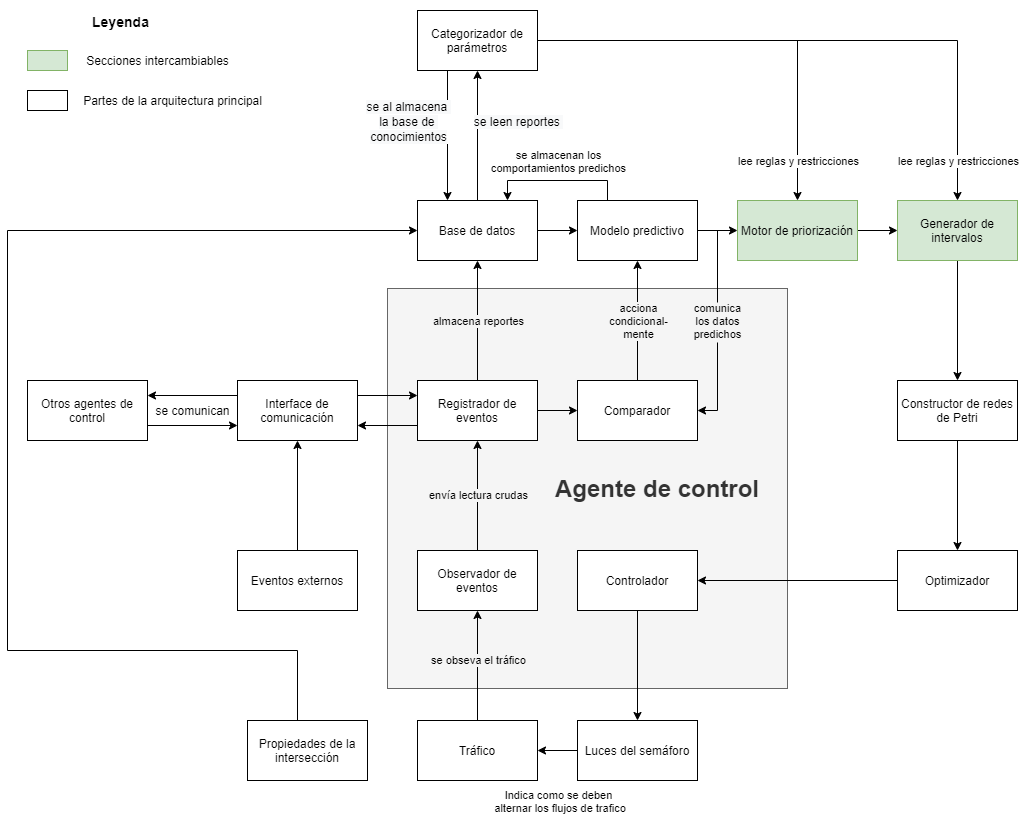
gggiovanny/TesisSemaforosInteligentes keeps this draw.io diagram as Apuntes/arquitectura/Propuesta de arquitectura.png. Above is the earlier version. Source tidied: cells renumbered, new cells last; positions are measured from the earlier drawing's top-left corner, leaving out a move shared by most shapes. Source of this version:
```xml
<mxGraphModel>
  <root>
    <mxCell id="0" />
    <mxCell id="1" parent="0" />
    <mxCell id="2" value="&lt;h1&gt;Agente de control&lt;/h1&gt;" style="whiteSpace=wrap;html=1;fillColor=#f5f5f5;strokeColor=#666666;fontColor=#333333;spacingBottom=0;spacingLeft=140;" parent="1" vertex="1">
      <mxGeometry x="380" y="278" width="400" height="400" as="geometry" />
    </mxCell>
    <mxCell id="3" style="edgeStyle=orthogonalEdgeStyle;rounded=0;jettySize=auto;html=1;exitX=0.5;exitY=0;exitDx=0;exitDy=0;entryX=0.5;entryY=1;entryDx=0;entryDy=0;labelBackgroundColor=#F5F5F5;" parent="1" edge="1" source="5" target="38">
      <mxGeometry relative="1" as="geometry" />
    </mxCell>
    <mxCell id="4" value="se obseva el tráfico" style="edgeLabel;html=1;align=center;verticalAlign=middle;labelBackgroundColor=#F5F5F5;" parent="3" vertex="1">
      <mxGeometry x="0.24" y="-4" relative="1" as="geometry">
        <mxPoint x="-4" y="7" as="offset" />
      </mxGeometry>
    </mxCell>
    <mxCell id="5" value="Tráfico" style="rounded=0;whiteSpace=wrap;html=1;" parent="1" vertex="1">
      <mxGeometry x="410" y="710" width="120" height="60" as="geometry" />
    </mxCell>
    <mxCell id="6" style="edgeStyle=orthogonalEdgeStyle;rounded=0;jettySize=auto;html=1;exitX=0;exitY=0.5;exitDx=0;exitDy=0;entryX=1;entryY=0.5;entryDx=0;entryDy=0;" parent="1" edge="1" source="8" target="5">
      <mxGeometry relative="1" as="geometry" />
    </mxCell>
    <mxCell id="7" value="Indica como se deben&lt;br&gt;&amp;nbsp;alternar los flujos de trafico" style="edgeLabel;html=1;align=center;verticalAlign=middle;" parent="6" vertex="1">
      <mxGeometry x="0.19" y="2" relative="1" as="geometry">
        <mxPoint x="4" y="48" as="offset" />
      </mxGeometry>
    </mxCell>
    <mxCell id="8" value="Luces del semáforo" style="whiteSpace=wrap;html=1;" parent="1" vertex="1">
      <mxGeometry x="570" y="710" width="120" height="60" as="geometry" />
    </mxCell>
    <mxCell id="9" style="edgeStyle=orthogonalEdgeStyle;rounded=0;jettySize=auto;html=1;exitX=1;exitY=0.5;exitDx=0;exitDy=0;entryX=0;entryY=0.5;entryDx=0;entryDy=0;" parent="1" edge="1" source="13" target="43">
      <mxGeometry relative="1" as="geometry" />
    </mxCell>
    <mxCell id="10" style="edgeStyle=orthogonalEdgeStyle;rounded=0;jettySize=auto;html=1;exitX=0.5;exitY=0;exitDx=0;exitDy=0;labelBackgroundColor=#F5F5F5;" parent="1" edge="1" source="13" target="47">
      <mxGeometry relative="1" as="geometry" />
    </mxCell>
    <mxCell id="11" value="almacena reportes" style="edgeLabel;html=1;align=center;verticalAlign=middle;labelBackgroundColor=#F5F5F5;" parent="10" vertex="1">
      <mxGeometry x="-0.33" y="-1" relative="1" as="geometry">
        <mxPoint x="-1" y="-20" as="offset" />
      </mxGeometry>
    </mxCell>
    <mxCell id="12" style="edgeStyle=orthogonalEdgeStyle;rounded=0;jettySize=auto;html=1;exitX=0;exitY=0.75;exitDx=0;exitDy=0;entryX=1;entryY=0.75;entryDx=0;entryDy=0;" parent="1" edge="1" source="13" target="16">
      <mxGeometry relative="1" as="geometry" />
    </mxCell>
    <mxCell id="13" value="Registrador de eventos" style="whiteSpace=wrap;html=1;" parent="1" vertex="1">
      <mxGeometry x="410" y="370" width="120" height="60" as="geometry" />
    </mxCell>
    <mxCell id="14" style="edgeStyle=orthogonalEdgeStyle;rounded=0;jettySize=auto;html=1;exitX=0;exitY=0.25;exitDx=0;exitDy=0;entryX=1;entryY=0.25;entryDx=0;entryDy=0;" parent="1" edge="1" source="16" target="28">
      <mxGeometry relative="1" as="geometry" />
    </mxCell>
    <mxCell id="15" style="edgeStyle=orthogonalEdgeStyle;rounded=0;jettySize=auto;html=1;exitX=1;exitY=0.25;exitDx=0;exitDy=0;entryX=0;entryY=0.25;entryDx=0;entryDy=0;" parent="1" edge="1" source="16" target="13">
      <mxGeometry relative="1" as="geometry" />
    </mxCell>
    <mxCell id="16" value="Interface de comunicación" style="whiteSpace=wrap;html=1;" parent="1" vertex="1">
      <mxGeometry x="230" y="370" width="120" height="60" as="geometry" />
    </mxCell>
    <mxCell id="17" style="edgeStyle=orthogonalEdgeStyle;rounded=0;jettySize=auto;html=1;exitX=0.25;exitY=0;exitDx=0;exitDy=0;entryX=0.75;entryY=0;entryDx=0;entryDy=0;" parent="1" edge="1" source="51" target="47">
      <mxGeometry relative="1" as="geometry" />
    </mxCell>
    <mxCell id="18" value="se almacenan los&lt;br&gt;comportamientos predichos" style="edgeLabel;html=1;align=center;verticalAlign=middle;" parent="17" vertex="1">
      <mxGeometry x="0.26" y="2" relative="1" as="geometry">
        <mxPoint x="18" y="-22" as="offset" />
      </mxGeometry>
    </mxCell>
    <mxCell id="19" style="edgeStyle=orthogonalEdgeStyle;rounded=0;jettySize=auto;html=1;exitX=1;exitY=0.5;exitDx=0;exitDy=0;entryX=0;entryY=0.5;entryDx=0;entryDy=0;" parent="1" edge="1" source="20" target="61">
      <mxGeometry relative="1" as="geometry" />
    </mxCell>
    <mxCell id="20" value="Motor de priorización" style="whiteSpace=wrap;html=1;fillColor=#d5e8d4;strokeColor=#82b366;" parent="1" vertex="1">
      <mxGeometry x="730" y="190" width="120" height="60" as="geometry" />
    </mxCell>
    <mxCell id="21" style="edgeStyle=orthogonalEdgeStyle;rounded=0;jettySize=auto;html=1;exitX=0.5;exitY=1;exitDx=0;exitDy=0;entryX=0.5;entryY=0;entryDx=0;entryDy=0;" parent="1" edge="1" source="22" target="24">
      <mxGeometry relative="1" as="geometry" />
    </mxCell>
    <mxCell id="22" value="Constructor de redes de Petri" style="whiteSpace=wrap;html=1;" parent="1" vertex="1">
      <mxGeometry x="890" y="370" width="120" height="60" as="geometry" />
    </mxCell>
    <mxCell id="23" style="edgeStyle=orthogonalEdgeStyle;rounded=0;jettySize=auto;html=1;exitX=0;exitY=0.5;exitDx=0;exitDy=0;entryX=1;entryY=0.5;entryDx=0;entryDy=0;" parent="1" edge="1" source="24" target="26">
      <mxGeometry relative="1" as="geometry" />
    </mxCell>
    <mxCell id="24" value="Optimizador" style="whiteSpace=wrap;html=1;" parent="1" vertex="1">
      <mxGeometry x="890" y="540" width="120" height="60" as="geometry" />
    </mxCell>
    <mxCell id="25" style="edgeStyle=orthogonalEdgeStyle;rounded=0;jettySize=auto;html=1;exitX=0.5;exitY=1;exitDx=0;exitDy=0;entryX=0.5;entryY=0;entryDx=0;entryDy=0;" parent="1" edge="1" source="26" target="8">
      <mxGeometry relative="1" as="geometry" />
    </mxCell>
    <mxCell id="26" value="Controlador&lt;br&gt;" style="whiteSpace=wrap;html=1;" parent="1" vertex="1">
      <mxGeometry x="570" y="540" width="120" height="60" as="geometry" />
    </mxCell>
    <mxCell id="27" style="edgeStyle=orthogonalEdgeStyle;rounded=0;jettySize=auto;html=1;exitX=1;exitY=0.75;exitDx=0;exitDy=0;entryX=0;entryY=0.75;entryDx=0;entryDy=0;" parent="1" edge="1" source="28" target="16">
      <mxGeometry relative="1" as="geometry" />
    </mxCell>
    <mxCell id="28" value="Otros agentes de control" style="whiteSpace=wrap;html=1;" parent="1" vertex="1">
      <mxGeometry x="20" y="370" width="120" height="60" as="geometry" />
    </mxCell>
    <mxCell id="29" style="edgeStyle=orthogonalEdgeStyle;rounded=0;jettySize=auto;html=1;" parent="1" edge="1" source="30" target="16">
      <mxGeometry relative="1" as="geometry" />
    </mxCell>
    <mxCell id="30" value="Eventos externos" style="whiteSpace=wrap;html=1;" parent="1" vertex="1">
      <mxGeometry x="230" y="540" width="120" height="60" as="geometry" />
    </mxCell>
    <mxCell id="31" style="whiteSpace=wrap;html=1;fillColor=#d5e8d4;strokeColor=#82b366;" parent="1" vertex="1">
      <mxGeometry x="20" y="40" width="40" height="20" as="geometry" />
    </mxCell>
    <mxCell id="32" value="&lt;span&gt;Secciones intercambiables&lt;/span&gt;" style="text;html=1;align=center;verticalAlign=middle;" parent="1" vertex="1">
      <mxGeometry x="70" y="40" width="160" height="20" as="geometry" />
    </mxCell>
    <mxCell id="33" value="&lt;h3&gt;Leyenda&lt;/h3&gt;" style="text;html=1;strokeColor=none;fillColor=none;spacing=5;spacingTop=-20;whiteSpace=wrap;overflow=hidden;rounded=0;" parent="1" vertex="1">
      <mxGeometry x="80" width="70" height="30" as="geometry" />
    </mxCell>
    <mxCell id="34" style="whiteSpace=wrap;html=1;" parent="1" vertex="1">
      <mxGeometry x="20" y="80" width="40" height="20" as="geometry" />
    </mxCell>
    <mxCell id="35" value="&lt;span&gt;Partes de la arquitectura principal&lt;/span&gt;" style="text;html=1;align=center;verticalAlign=middle;" parent="1" vertex="1">
      <mxGeometry x="70" y="80" width="190" height="20" as="geometry" />
    </mxCell>
    <mxCell id="36" style="edgeStyle=orthogonalEdgeStyle;rounded=0;jettySize=auto;html=1;exitX=0.5;exitY=0;exitDx=0;exitDy=0;entryX=0.5;entryY=1;entryDx=0;entryDy=0;" parent="1" edge="1" source="38" target="13">
      <mxGeometry relative="1" as="geometry" />
    </mxCell>
    <mxCell id="37" value="envía lectura crudas" style="edgeLabel;html=1;align=center;verticalAlign=middle;labelBackgroundColor=#F5F5F5;" parent="36" vertex="1">
      <mxGeometry x="0.24" y="4" relative="1" as="geometry">
        <mxPoint x="4" y="12" as="offset" />
      </mxGeometry>
    </mxCell>
    <mxCell id="38" value="Observador de eventos" style="whiteSpace=wrap;html=1;" parent="1" vertex="1">
      <mxGeometry x="410" y="540" width="120" height="60" as="geometry" />
    </mxCell>
    <mxCell id="39" style="edgeStyle=orthogonalEdgeStyle;rounded=0;jettySize=auto;html=1;exitX=0.5;exitY=0;exitDx=0;exitDy=0;entryX=0;entryY=0.5;entryDx=0;entryDy=0;" parent="1" edge="1" source="40" target="47">
      <mxGeometry relative="1" as="geometry">
        <Array as="points">
          <mxPoint x="290" y="730" />
          <mxPoint x="290" y="640" />
          <mxPoint y="640" />
          <mxPoint y="220" />
        </Array>
      </mxGeometry>
    </mxCell>
    <mxCell id="40" value="Propiedades de la intersección" style="whiteSpace=wrap;html=1;" parent="1" vertex="1">
      <mxGeometry x="240" y="710" width="120" height="60" as="geometry" />
    </mxCell>
    <mxCell id="41" style="edgeStyle=orthogonalEdgeStyle;rounded=0;jettySize=auto;html=1;exitX=0.5;exitY=0;exitDx=0;exitDy=0;entryX=0.5;entryY=1;entryDx=0;entryDy=0;" parent="1" edge="1" source="43" target="51">
      <mxGeometry relative="1" as="geometry" />
    </mxCell>
    <mxCell id="42" value="acciona&lt;br&gt;condicional-&lt;br&gt;mente" style="edgeLabel;html=1;align=center;verticalAlign=middle;labelBackgroundColor=#F5F5F5;" parent="41" vertex="1">
      <mxGeometry x="-0.17" y="-5" relative="1" as="geometry">
        <mxPoint x="-5" y="-10" as="offset" />
      </mxGeometry>
    </mxCell>
    <mxCell id="43" value="Comparador" style="whiteSpace=wrap;html=1;" parent="1" vertex="1">
      <mxGeometry x="570" y="370" width="120" height="60" as="geometry" />
    </mxCell>
    <mxCell id="44" style="edgeStyle=orthogonalEdgeStyle;rounded=0;jettySize=auto;html=1;exitX=1;exitY=0.5;exitDx=0;exitDy=0;entryX=0;entryY=0.5;entryDx=0;entryDy=0;" parent="1" edge="1" source="47" target="51">
      <mxGeometry relative="1" as="geometry" />
    </mxCell>
    <mxCell id="45" style="edgeStyle=orthogonalEdgeStyle;rounded=0;jettySize=auto;html=1;exitX=0.5;exitY=0;exitDx=0;exitDy=0;entryX=0.5;entryY=1;entryDx=0;entryDy=0;" parent="1" edge="1" source="47" target="59">
      <mxGeometry relative="1" as="geometry" />
    </mxCell>
    <mxCell id="46" value="&lt;span style=&quot;font-size: 12px ; background-color: rgb(248 , 249 , 250)&quot;&gt;se leen reportes&amp;nbsp;&lt;/span&gt;" style="edgeLabel;html=1;align=center;verticalAlign=middle;" parent="45" vertex="1">
      <mxGeometry x="0.35" y="-2" relative="1" as="geometry">
        <mxPoint x="38" y="8" as="offset" />
      </mxGeometry>
    </mxCell>
    <mxCell id="47" value="Base de datos" style="whiteSpace=wrap;html=1;" parent="1" vertex="1">
      <mxGeometry x="410" y="190" width="120" height="60" as="geometry" />
    </mxCell>
    <mxCell id="48" style="edgeStyle=orthogonalEdgeStyle;rounded=0;jettySize=auto;html=1;exitX=1;exitY=0.5;exitDx=0;exitDy=0;entryX=1;entryY=0.5;entryDx=0;entryDy=0;" parent="1" edge="1" source="51" target="43">
      <mxGeometry relative="1" as="geometry" />
    </mxCell>
    <mxCell id="49" value="comunica&#10;los datos &#10;predichos" style="edgeLabel;align=center;verticalAlign=middle;labelBackgroundColor=#F5F5F5;" parent="48" vertex="1">
      <mxGeometry x="0.12" y="1" relative="1" as="geometry">
        <mxPoint x="-1" y="-13" as="offset" />
      </mxGeometry>
    </mxCell>
    <mxCell id="50" style="edgeStyle=orthogonalEdgeStyle;rounded=0;jettySize=auto;html=1;exitX=1;exitY=0.5;exitDx=0;exitDy=0;fontColor=#F5F5F5;entryX=0;entryY=0.5;entryDx=0;entryDy=0;" parent="1" edge="1" source="51" target="20">
      <mxGeometry relative="1" as="geometry" />
    </mxCell>
    <mxCell id="51" value="Modelo predictivo" style="whiteSpace=wrap;html=1;" parent="1" vertex="1">
      <mxGeometry x="570" y="190" width="120" height="60" as="geometry" />
    </mxCell>
    <mxCell id="52" value="se comunican" style="text;html=1;align=center;verticalAlign=middle;" parent="1" vertex="1">
      <mxGeometry x="140" y="390" width="90" height="20" as="geometry" />
    </mxCell>
    <mxCell id="53" style="edgeStyle=orthogonalEdgeStyle;rounded=0;jettySize=auto;html=1;exitX=0.25;exitY=1;exitDx=0;exitDy=0;entryX=0.25;entryY=0;entryDx=0;entryDy=0;" parent="1" edge="1" source="59" target="47">
      <mxGeometry relative="1" as="geometry" />
    </mxCell>
    <mxCell id="54" value="&lt;span style=&quot;font-size: 12px ; background-color: rgb(248 , 249 , 250)&quot;&gt;se al almacena&amp;nbsp;&lt;/span&gt;&lt;br style=&quot;font-size: 12px ; background-color: rgb(248 , 249 , 250)&quot;&gt;&lt;span style=&quot;font-size: 12px ; background-color: rgb(248 , 249 , 250)&quot;&gt;la base de&amp;nbsp;&lt;/span&gt;&lt;br style=&quot;font-size: 12px ; background-color: rgb(248 , 249 , 250)&quot;&gt;&lt;span style=&quot;font-size: 12px ; background-color: rgb(248 , 249 , 250)&quot;&gt;conocimientos&lt;/span&gt;" style="edgeLabel;html=1;align=center;verticalAlign=middle;" parent="53" vertex="1">
      <mxGeometry x="-0.18" y="1" relative="1" as="geometry">
        <mxPoint x="-41" y="-3" as="offset" />
      </mxGeometry>
    </mxCell>
    <mxCell id="55" style="edgeStyle=orthogonalEdgeStyle;rounded=0;jettySize=auto;html=1;exitX=1;exitY=0.5;exitDx=0;exitDy=0;" parent="1" edge="1" source="59" target="61">
      <mxGeometry relative="1" as="geometry" />
    </mxCell>
    <mxCell id="56" value="lee reglas y restricciones" style="edgeLabel;html=1;align=center;verticalAlign=middle;" parent="55" vertex="1">
      <mxGeometry x="0.85" y="4" relative="1" as="geometry">
        <mxPoint x="-4" y="3" as="offset" />
      </mxGeometry>
    </mxCell>
    <mxCell id="57" style="edgeStyle=orthogonalEdgeStyle;rounded=0;jettySize=auto;html=1;exitX=1;exitY=0.5;exitDx=0;exitDy=0;entryX=0.5;entryY=0;entryDx=0;entryDy=0;" parent="1" edge="1" source="59" target="20">
      <mxGeometry relative="1" as="geometry" />
    </mxCell>
    <mxCell id="58" value="lee reglas y restricciones" style="edgeLabel;html=1;align=center;verticalAlign=middle;" parent="57" vertex="1">
      <mxGeometry x="0.24" y="-68" relative="1" as="geometry">
        <mxPoint x="68" y="120" as="offset" />
      </mxGeometry>
    </mxCell>
    <mxCell id="59" value="Categorizador de parámetros" style="whiteSpace=wrap;html=1;" parent="1" vertex="1">
      <mxGeometry x="410" width="120" height="60" as="geometry" />
    </mxCell>
    <mxCell id="60" style="edgeStyle=orthogonalEdgeStyle;rounded=0;jettySize=auto;html=1;exitX=0.5;exitY=1;exitDx=0;exitDy=0;entryX=0.5;entryY=0;entryDx=0;entryDy=0;" parent="1" edge="1" source="61" target="22">
      <mxGeometry relative="1" as="geometry" />
    </mxCell>
    <mxCell id="61" value="Generador de intervalos" style="whiteSpace=wrap;html=1;fillColor=#d5e8d4;strokeColor=#82b366;" parent="1" vertex="1">
      <mxGeometry x="890" y="190" width="120" height="60" as="geometry" />
    </mxCell>
  </root>
</mxGraphModel>
```
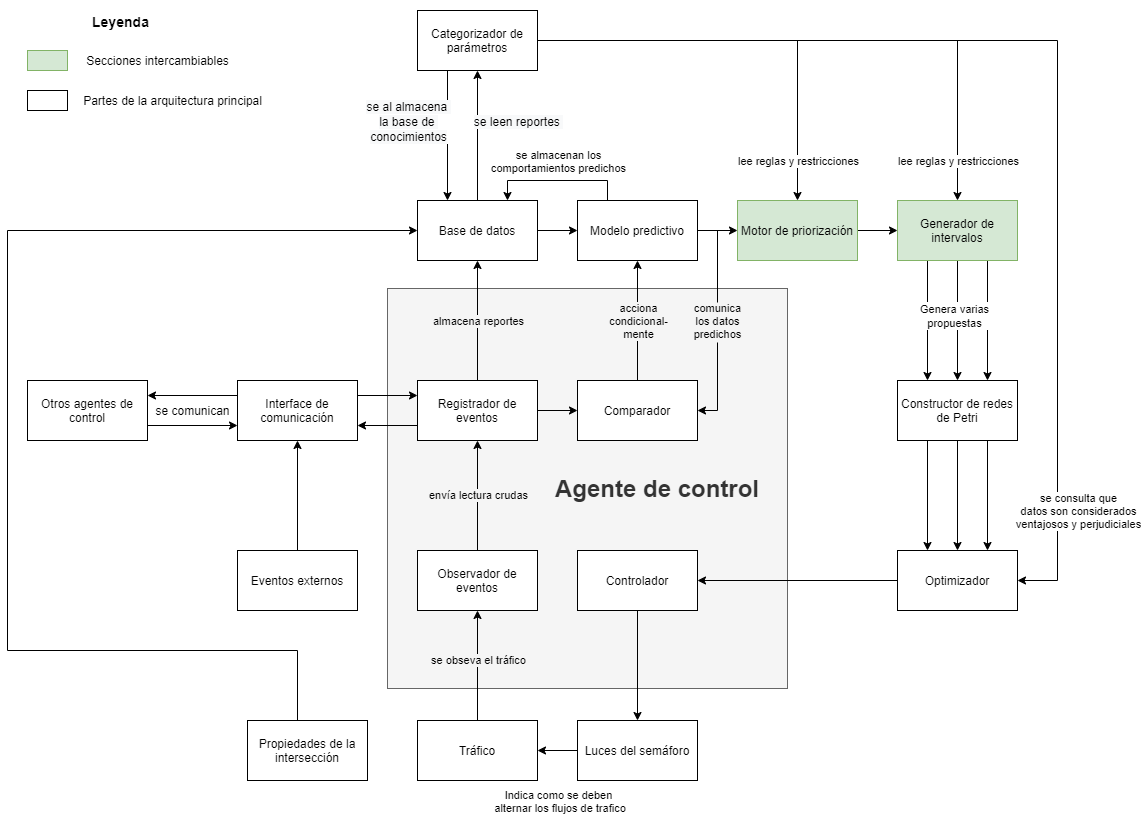
After the change.

Commit message:
Actualizado pdf de vista previa de la propuesta de arquitectura.

Change to the diagram source:
```diff
@@ -70,6 +70,12 @@
     <mxCell id="21" style="edgeStyle=orthogonalEdgeStyle;rounded=0;jettySize=auto;html=1;exitX=0.5;exitY=1;exitDx=0;exitDy=0;entryX=0.5;entryY=0;entryDx=0;entryDy=0;" parent="1" edge="1" source="22" target="24">
       <mxGeometry relative="1" as="geometry" />
     </mxCell>
+    <mxCell id="62" style="edgeStyle=orthogonalEdgeStyle;rounded=0;jettySize=auto;html=1;exitX=0.25;exitY=1;exitDx=0;exitDy=0;entryX=0.25;entryY=0;entryDx=0;entryDy=0;" parent="1" edge="1" source="22" target="24">
+      <mxGeometry relative="1" as="geometry" />
+    </mxCell>
+    <mxCell id="63" style="edgeStyle=orthogonalEdgeStyle;rounded=0;jettySize=auto;html=1;exitX=0.75;exitY=1;exitDx=0;exitDy=0;entryX=0.75;entryY=0;entryDx=0;entryDy=0;" parent="1" edge="1" source="22" target="24">
+      <mxGeometry relative="1" as="geometry" />
+    </mxCell>
     <mxCell id="22" value="Constructor de redes de Petri" style="whiteSpace=wrap;html=1;" parent="1" vertex="1">
       <mxGeometry x="890" y="370" width="120" height="60" as="geometry" />
     </mxCell>
@@ -202,14 +208,36 @@
         <mxPoint x="68" y="120" as="offset" />
       </mxGeometry>
     </mxCell>
+    <mxCell id="64" style="edgeStyle=orthogonalEdgeStyle;rounded=0;jettySize=auto;html=1;exitX=1;exitY=0.5;exitDx=0;exitDy=0;entryX=1;entryY=0.5;entryDx=0;entryDy=0;" parent="1" edge="1" source="59" target="24">
+      <mxGeometry relative="1" as="geometry">
+        <Array as="points">
+          <mxPoint x="1050" y="30" />
+          <mxPoint x="1050" y="570" />
+        </Array>
+      </mxGeometry>
+    </mxCell>
+    <mxCell id="65" value="se consulta que&lt;br&gt;datos son considerados&lt;br&gt;ventajosos y perjudiciales" style="edgeLabel;html=1;align=center;verticalAlign=middle;" parent="64" vertex="1">
+      <mxGeometry x="0.8" y="-3" relative="1" as="geometry">
+        <mxPoint x="23" as="offset" />
+      </mxGeometry>
+    </mxCell>
     <mxCell id="59" value="Categorizador de parámetros" style="whiteSpace=wrap;html=1;" parent="1" vertex="1">
       <mxGeometry x="410" width="120" height="60" as="geometry" />
     </mxCell>
     <mxCell id="60" style="edgeStyle=orthogonalEdgeStyle;rounded=0;jettySize=auto;html=1;exitX=0.5;exitY=1;exitDx=0;exitDy=0;entryX=0.5;entryY=0;entryDx=0;entryDy=0;" parent="1" edge="1" source="61" target="22">
       <mxGeometry relative="1" as="geometry" />
     </mxCell>
+    <mxCell id="66" style="edgeStyle=orthogonalEdgeStyle;rounded=0;jettySize=auto;html=1;exitX=0.75;exitY=1;exitDx=0;exitDy=0;entryX=0.75;entryY=0;entryDx=0;entryDy=0;" parent="1" edge="1" source="61" target="22">
+      <mxGeometry relative="1" as="geometry" />
+    </mxCell>
+    <mxCell id="67" style="edgeStyle=orthogonalEdgeStyle;rounded=0;jettySize=auto;html=1;exitX=0.25;exitY=1;exitDx=0;exitDy=0;entryX=0.25;entryY=0;entryDx=0;entryDy=0;" parent="1" edge="1" source="61" target="22">
+      <mxGeometry relative="1" as="geometry" />
+    </mxCell>
     <mxCell id="61" value="Generador de intervalos" style="whiteSpace=wrap;html=1;fillColor=#d5e8d4;strokeColor=#82b366;" parent="1" vertex="1">
       <mxGeometry x="890" y="190" width="120" height="60" as="geometry" />
     </mxCell>
+    <mxCell id="68" value="&lt;span style=&quot;color: rgb(0, 0, 0); font-family: helvetica; font-size: 11px; font-style: normal; font-weight: 400; letter-spacing: normal; text-indent: 0px; text-transform: none; word-spacing: 0px; display: inline; float: none;&quot;&gt;Genera varias&lt;/span&gt;&lt;br style=&quot;color: rgb(0, 0, 0); font-family: helvetica; font-size: 11px; font-style: normal; font-weight: 400; letter-spacing: normal; text-indent: 0px; text-transform: none; word-spacing: 0px;&quot;&gt;&lt;span style=&quot;color: rgb(0, 0, 0); font-family: helvetica; font-size: 11px; font-style: normal; font-weight: 400; letter-spacing: normal; text-indent: 0px; text-transform: none; word-spacing: 0px; display: inline; float: none;&quot;&gt;propuestas&lt;/span&gt;" style="text;whiteSpace=wrap;html=1;align=center;labelBackgroundColor=#ffffff;" parent="1" vertex="1">
+      <mxGeometry x="885" y="285" width="125" height="42" as="geometry" />
+    </mxCell>
   </root>
 </mxGraphModel>
```
